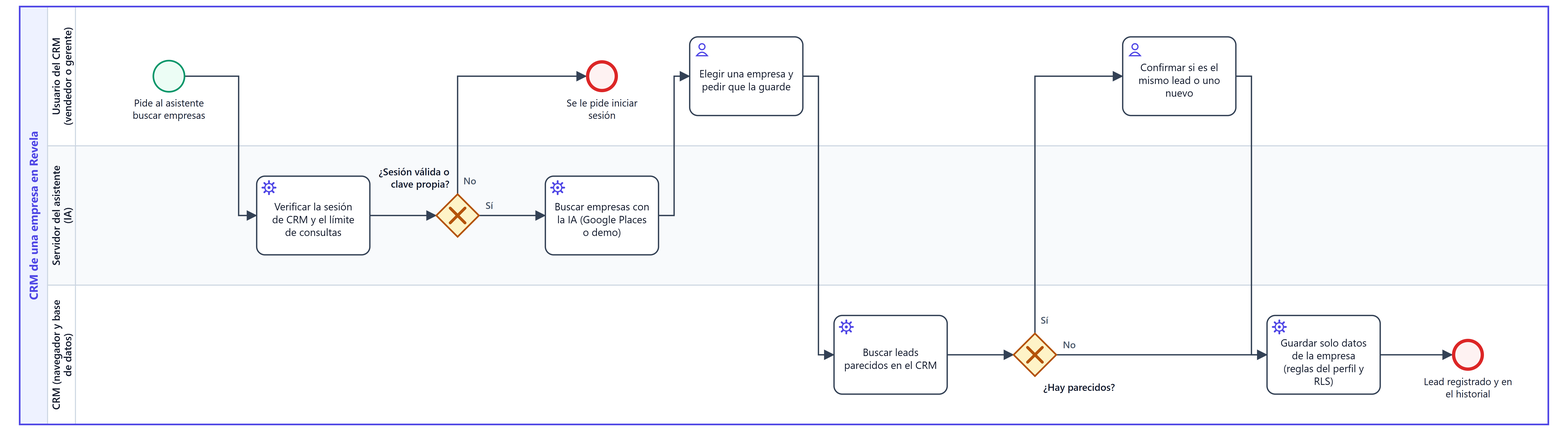
Earlier version of the BPMN export docs/bpmn/diapositiva/asistente-ia.png (YairCosta/CAPSTONE_003D). Its source is kept beside it as docs/bpmn/asistente-ia.bpmn. Ids are renumbered.
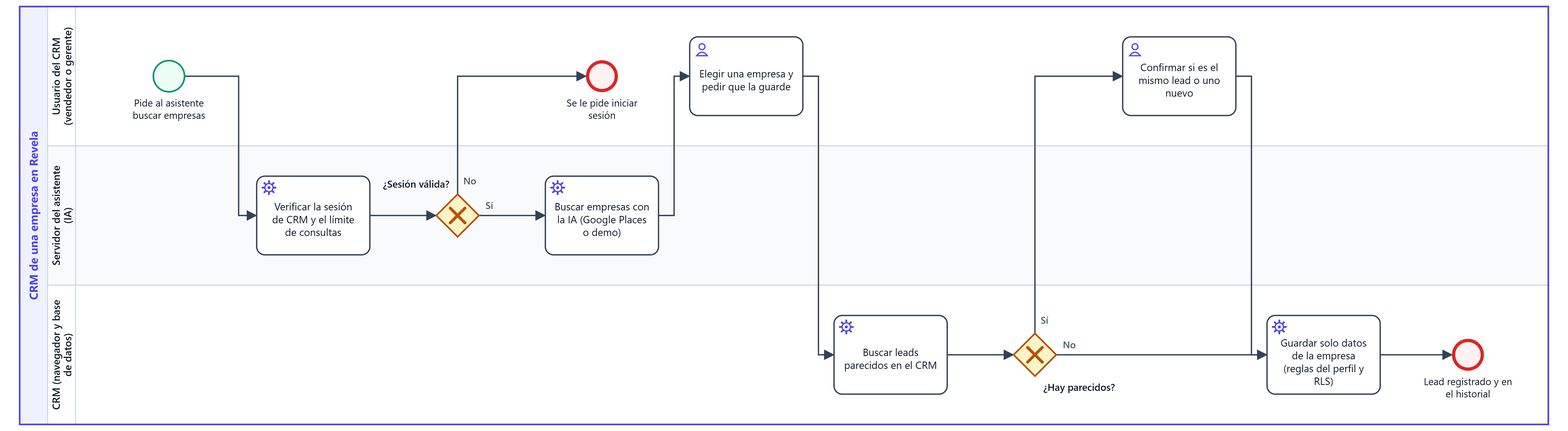
Above is the later version.

What changed in the source:
```diff
@@ -30,7 +30,7 @@
       <bpmn:incoming>Flujo_1</bpmn:incoming>
       <bpmn:outgoing>Flujo_2</bpmn:outgoing>
     </bpmn:serviceTask>
-    <bpmn:exclusiveGateway id="Nodo_gSesion" name="¿Sesión válida o clave propia?">
+    <bpmn:exclusiveGateway id="Nodo_gSesion" name="¿Sesión válida?">
       <bpmn:incoming>Flujo_2</bpmn:incoming>
       <bpmn:outgoing>Flujo_3</bpmn:outgoing>
       <bpmn:outgoing>Flujo_4</bpmn:outgoing>
@@ -102,7 +102,7 @@
       </bpmndi:BPMNShape>
       <bpmndi:BPMNShape id="Nodo_gSesion_di" bpmnElement="Nodo_gSesion" isMarkerVisible="true">
         <dc:Bounds x="532" y="323" width="52" height="52" />
-        <bpmndi:BPMNLabel><dc:Bounds x="440" y="288" width="108" height="32" /></bpmndi:BPMNLabel>
+        <bpmndi:BPMNLabel><dc:Bounds x="447" y="303" width="101" height="17" /></bpmndi:BPMNLabel>
       </bpmndi:BPMNShape>
       <bpmndi:BPMNShape id="Nodo_sinSesion_di" bpmnElement="Nodo_sinSesion">
         <dc:Bounds x="715" y="160" width="38" height="38" />
```
